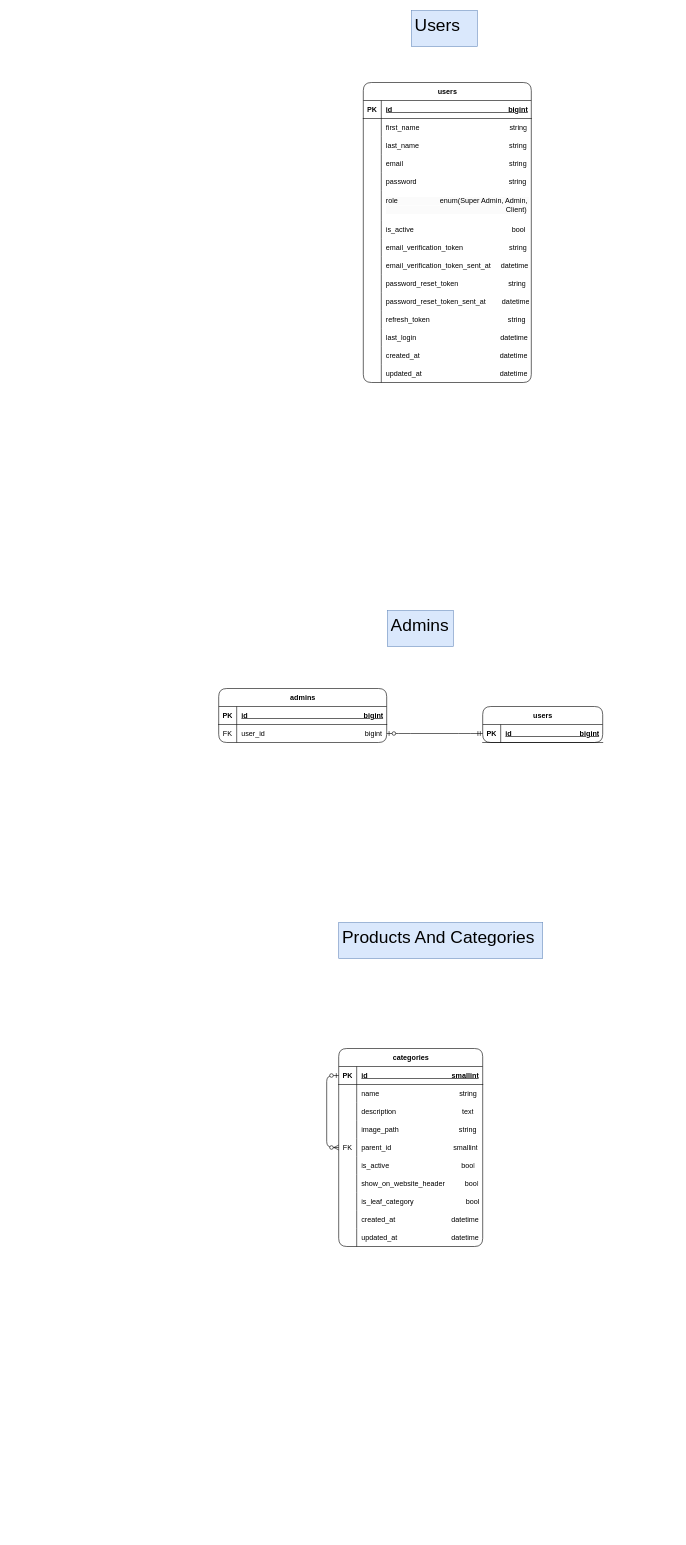
The draw.io diagram database/PassiCode.drawio in AyoubKHE/passicode_backend, before the edit. Source tidied: cells renumbered, new cells numbered last; positions are measured from the earlier drawing's top-left corner, leaving out a move shared by most shapes. Both pictures are drawn from the tidied source at 60%, with x=0, y=0 at pixel (218, 10).
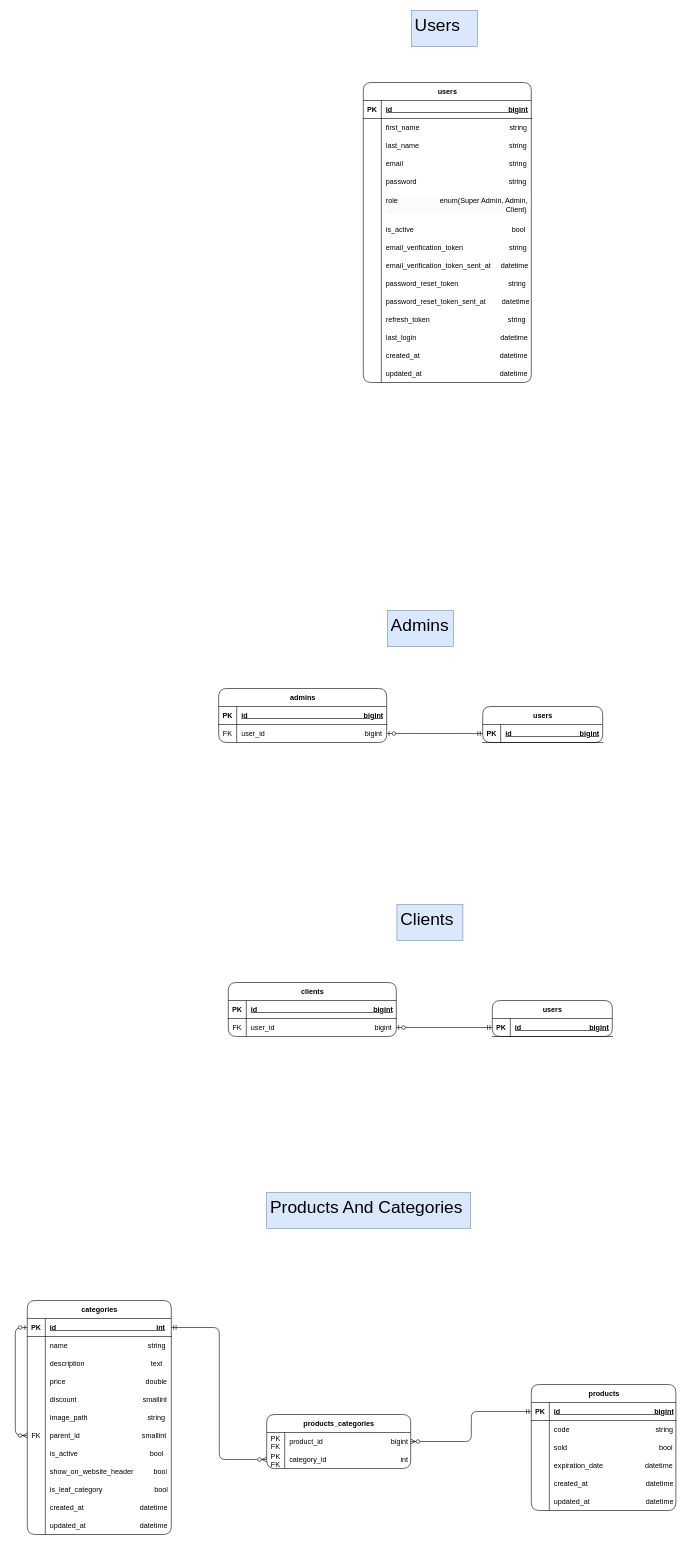
The same diagram, later.

Commit message (it also covers changes not shown here):
feat(migrations): update categories and products tables

The change refers to these unchanged cells:
```xml
<mxCell id="63" style="shape=tableRow;horizontal=0;startSize=0;swimlaneHead=0;swimlaneBody=0;fillColor=none;points=[[0,0.5],[1,0.5]];portConstraint=eastwest;top=0;left=0;right=0;bottom=1;rounded=1;" parent="62" vertex="1">
  <mxGeometry y="30" width="240" height="30" as="geometry" />
</mxCell>
```

Change to the diagram source:
```diff
@@
     <mxCell id="62" value="c&lt;span style=&quot;background-color: transparent; color: light-dark(rgb(0, 0, 0), rgb(255, 255, 255));&quot;&gt;ategories&lt;/span&gt;" style="shape=table;startSize=30;childLayout=tableLayout;rowLines=0;fontStyle=1;align=center;html=1;rounded=1;" parent="1" vertex="1">
-      <mxGeometry x="200" y="1730" width="240" height="330" as="geometry" />
+      <mxGeometry x="-319" y="2150" width="240" height="390" as="geometry" />
     </mxCell>
@@
-    <mxCell id="65" value="id&amp;nbsp; &amp;nbsp; &amp;nbsp; &amp;nbsp; &amp;nbsp; &amp;nbsp; &amp;nbsp; &amp;nbsp; &amp;nbsp; &amp;nbsp; &amp;nbsp; &amp;nbsp; &amp;nbsp; &amp;nbsp; &amp;nbsp; &amp;nbsp; &amp;nbsp; &amp;nbsp; &amp;nbsp; &amp;nbsp; &amp;nbsp; smallint" style="shape=partialRectangle;fillColor=none;top=0;left=0;bottom=0;right=0;align=left;spacingLeft=6;fontStyle=5;overflow=hidden;whiteSpace=wrap;html=1;rounded=1;" parent="63" vertex="1">
+    <mxCell id="65" value="id&amp;nbsp; &amp;nbsp; &amp;nbsp; &amp;nbsp; &amp;nbsp; &amp;nbsp; &amp;nbsp; &amp;nbsp; &amp;nbsp; &amp;nbsp; &amp;nbsp; &amp;nbsp; &amp;nbsp; &amp;nbsp; &amp;nbsp; &amp;nbsp; &amp;nbsp; &amp;nbsp; &amp;nbsp; &amp;nbsp; &amp;nbsp; &amp;nbsp; &amp;nbsp; &amp;nbsp; &amp;nbsp; int" style="shape=partialRectangle;fillColor=none;top=0;left=0;bottom=0;right=0;align=left;spacingLeft=6;fontStyle=5;overflow=hidden;whiteSpace=wrap;html=1;rounded=1;" parent="63" vertex="1">
       <mxGeometry x="30" width="210" height="30" as="geometry" />
     </mxCell>
@@
+    <mxCell id="95" style="shape=tableRow;horizontal=0;startSize=0;swimlaneHead=0;swimlaneBody=0;fillColor=none;top=0;left=0;right=0;bottom=0;rounded=1;" parent="62" vertex="1">
+      <mxGeometry y="120" width="240" height="30" as="geometry" />
+    </mxCell>
+    <mxCell id="96" style="shape=partialRectangle;fillColor=none;top=0;left=0;bottom=0;right=0;overflow=hidden;whiteSpace=wrap;html=1;rounded=1;" parent="95" vertex="1">
+      <mxGeometry width="30" height="30" as="geometry" />
+    </mxCell>
+    <mxCell id="97" value="price&amp;nbsp; &amp;nbsp; &amp;nbsp; &amp;nbsp; &amp;nbsp; &amp;nbsp; &amp;nbsp; &amp;nbsp; &amp;nbsp; &amp;nbsp; &amp;nbsp; &amp;nbsp; &amp;nbsp; &amp;nbsp; &amp;nbsp; &amp;nbsp; &amp;nbsp; &amp;nbsp; &amp;nbsp; &amp;nbsp; double" style="shape=partialRectangle;fillColor=none;top=0;left=0;bottom=0;right=0;align=left;spacingLeft=6;overflow=hidden;whiteSpace=wrap;html=1;rounded=1;" parent="95" vertex="1">
+      <mxGeometry x="30" width="210" height="30" as="geometry" />
+    </mxCell>
+    <mxCell id="98" style="shape=tableRow;horizontal=0;startSize=0;swimlaneHead=0;swimlaneBody=0;fillColor=none;top=0;left=0;right=0;bottom=0;rounded=1;" parent="62" vertex="1">
+      <mxGeometry y="150" width="240" height="30" as="geometry" />
+    </mxCell>
+    <mxCell id="99" style="shape=partialRectangle;fillColor=none;top=0;left=0;bottom=0;right=0;overflow=hidden;whiteSpace=wrap;html=1;rounded=1;" parent="98" vertex="1">
+      <mxGeometry width="30" height="30" as="geometry" />
+    </mxCell>
+    <mxCell id="100" value="discount&amp;nbsp; &amp;nbsp; &amp;nbsp; &amp;nbsp; &amp;nbsp; &amp;nbsp; &amp;nbsp; &amp;nbsp; &amp;nbsp; &amp;nbsp; &amp;nbsp; &amp;nbsp; &amp;nbsp; &amp;nbsp; &amp;nbsp; &amp;nbsp; &amp;nbsp;smallint" style="shape=partialRectangle;fillColor=none;top=0;left=0;bottom=0;right=0;align=left;spacingLeft=6;overflow=hidden;whiteSpace=wrap;html=1;rounded=1;" parent="98" vertex="1">
+      <mxGeometry x="30" width="210" height="30" as="geometry" />
+    </mxCell>
     <mxCell id="72" style="shape=tableRow;horizontal=0;startSize=0;swimlaneHead=0;swimlaneBody=0;fillColor=none;top=0;left=0;right=0;bottom=0;rounded=1;" parent="62" vertex="1">
-      <mxGeometry y="120" width="240" height="30" as="geometry" />
+      <mxGeometry y="180" width="240" height="30" as="geometry" />
     </mxCell>
@@
     <mxCell id="75" style="shape=tableRow;horizontal=0;startSize=0;swimlaneHead=0;swimlaneBody=0;fillColor=none;points=[[0,0.5],[1,0.5]];portConstraint=eastwest;top=0;left=0;right=0;bottom=0;rounded=1;" parent="62" vertex="1">
-      <mxGeometry y="150" width="240" height="30" as="geometry" />
+      <mxGeometry y="210" width="240" height="30" as="geometry" />
     </mxCell>
@@
     <mxCell id="78" style="shape=tableRow;horizontal=0;startSize=0;swimlaneHead=0;swimlaneBody=0;fillColor=none;top=0;left=0;right=0;bottom=0;rounded=1;" parent="62" vertex="1">
-      <mxGeometry y="180" width="240" height="30" as="geometry" />
+      <mxGeometry y="240" width="240" height="30" as="geometry" />
     </mxCell>
@@
     <mxCell id="81" style="shape=tableRow;horizontal=0;startSize=0;swimlaneHead=0;swimlaneBody=0;fillColor=none;top=0;left=0;right=0;bottom=0;rounded=1;" parent="62" vertex="1">
-      <mxGeometry y="210" width="240" height="30" as="geometry" />
+      <mxGeometry y="270" width="240" height="30" as="geometry" />
     </mxCell>
@@
     <mxCell id="84" style="shape=tableRow;horizontal=0;startSize=0;swimlaneHead=0;swimlaneBody=0;fillColor=none;top=0;left=0;right=0;bottom=0;rounded=1;" parent="62" vertex="1">
-      <mxGeometry y="240" width="240" height="30" as="geometry" />
+      <mxGeometry y="300" width="240" height="30" as="geometry" />
     </mxCell>
@@
     <mxCell id="87" style="shape=tableRow;horizontal=0;startSize=0;swimlaneHead=0;swimlaneBody=0;fillColor=none;top=0;left=0;right=0;bottom=0;rounded=1;" parent="62" vertex="1">
-      <mxGeometry y="270" width="240" height="30" as="geometry" />
+      <mxGeometry y="330" width="240" height="30" as="geometry" />
     </mxCell>
@@
     <mxCell id="90" style="shape=tableRow;horizontal=0;startSize=0;swimlaneHead=0;swimlaneBody=0;fillColor=none;top=0;left=0;right=0;bottom=0;rounded=1;" parent="62" vertex="1">
-      <mxGeometry y="300" width="240" height="30" as="geometry" />
+      <mxGeometry y="360" width="240" height="30" as="geometry" />
     </mxCell>
@@
     <mxCell id="94" value="Products And Categories" style="text;spacingLeft=4;spacingRight=4;overflow=hidden;fontSize=29;whiteSpace=wrap;html=1;fillColor=#dae8fc;strokeColor=#6c8ebf;" parent="1" vertex="1">
-      <mxGeometry x="200" y="1520" width="340" height="60" as="geometry" />
+      <mxGeometry x="80" y="1970" width="340" height="60" as="geometry" />
     </mxCell>
+    <mxCell id="101" value="products_categories" style="shape=table;startSize=30;childLayout=tableLayout;rowLines=0;fontStyle=1;align=center;html=1;rounded=1;" parent="1" vertex="1">
+      <mxGeometry x="80" y="2340" width="240" height="90" as="geometry" />
+    </mxCell>
+    <mxCell id="102" style="shape=tableRow;horizontal=0;startSize=0;swimlaneHead=0;swimlaneBody=0;fillColor=none;points=[[0,0.5],[1,0.5]];portConstraint=eastwest;top=0;left=0;right=0;bottom=0;rounded=1;" parent="101" vertex="1">
+      <mxGeometry y="30" width="240" height="30" as="geometry" />
+    </mxCell>
+    <mxCell id="103" value="PK FK" style="shape=partialRectangle;fillColor=none;top=0;left=0;bottom=0;right=0;overflow=hidden;whiteSpace=wrap;html=1;rounded=1;" parent="102" vertex="1">
+      <mxGeometry width="30" height="30" as="geometry" />
+    </mxCell>
+    <mxCell id="104" value="product_id&amp;nbsp; &amp;nbsp; &amp;nbsp; &amp;nbsp; &amp;nbsp; &amp;nbsp; &amp;nbsp; &amp;nbsp; &amp;nbsp; &amp;nbsp; &amp;nbsp; &amp;nbsp; &amp;nbsp; &amp;nbsp; &amp;nbsp; &amp;nbsp; &amp;nbsp; bigint" style="shape=partialRectangle;fillColor=none;top=0;left=0;bottom=0;right=0;align=left;spacingLeft=6;overflow=hidden;whiteSpace=wrap;html=1;rounded=1;" parent="102" vertex="1">
+      <mxGeometry x="30" width="210" height="30" as="geometry" />
+    </mxCell>
+    <mxCell id="105" style="shape=tableRow;horizontal=0;startSize=0;swimlaneHead=0;swimlaneBody=0;fillColor=none;points=[[0,0.5],[1,0.5]];portConstraint=eastwest;top=0;left=0;right=0;bottom=0;rounded=1;" parent="101" vertex="1">
+      <mxGeometry y="60" width="240" height="30" as="geometry" />
+    </mxCell>
+    <mxCell id="106" value="PK FK" style="shape=partialRectangle;fillColor=none;top=0;left=0;bottom=0;right=0;overflow=hidden;whiteSpace=wrap;html=1;rounded=1;" parent="105" vertex="1">
+      <mxGeometry width="30" height="30" as="geometry" />
+    </mxCell>
+    <mxCell id="107" value="category_id&amp;nbsp; &amp;nbsp; &amp;nbsp; &amp;nbsp; &amp;nbsp; &amp;nbsp; &amp;nbsp; &amp;nbsp; &amp;nbsp; &amp;nbsp; &amp;nbsp; &amp;nbsp; &amp;nbsp; &amp;nbsp; &amp;nbsp; &amp;nbsp; &amp;nbsp; &amp;nbsp; &amp;nbsp;int" style="shape=partialRectangle;fillColor=none;top=0;left=0;bottom=0;right=0;align=left;spacingLeft=6;overflow=hidden;whiteSpace=wrap;html=1;rounded=1;" parent="105" vertex="1">
+      <mxGeometry x="30" width="210" height="30" as="geometry" />
+    </mxCell>
+    <mxCell id="108" style="edgeStyle=elbowEdgeStyle;fontSize=12;html=1;endArrow=ERzeroToMany;startArrow=ERmandOne;rounded=1;entryX=0;entryY=0.5;entryDx=0;entryDy=0;endFill=0;exitX=1;exitY=0.5;exitDx=0;exitDy=0;" parent="1" edge="1" source="63" target="105">
+      <mxGeometry relative="1" as="geometry" />
+    </mxCell>
+    <mxCell id="109" value="products" style="shape=table;startSize=30;childLayout=tableLayout;rowLines=0;fontStyle=1;align=center;html=1;rounded=1;" parent="1" vertex="1">
+      <mxGeometry x="521" y="2290" width="241" height="210" as="geometry" />
+    </mxCell>
+    <mxCell id="110" style="shape=tableRow;horizontal=0;startSize=0;swimlaneHead=0;swimlaneBody=0;fillColor=none;points=[[0,0.5],[1,0.5]];portConstraint=eastwest;top=0;left=0;right=0;bottom=1;rounded=1;" parent="109" vertex="1">
+      <mxGeometry y="30" width="241" height="30" as="geometry" />
+    </mxCell>
+    <mxCell id="111" value="PK" style="shape=partialRectangle;fillColor=none;top=0;left=0;bottom=0;right=0;fontStyle=1;overflow=hidden;whiteSpace=wrap;html=1;rounded=1;" parent="110" vertex="1">
+      <mxGeometry width="30" height="30" as="geometry" />
+    </mxCell>
+    <mxCell id="112" value="id&amp;nbsp; &amp;nbsp; &amp;nbsp; &amp;nbsp; &amp;nbsp; &amp;nbsp; &amp;nbsp; &amp;nbsp; &amp;nbsp; &amp;nbsp; &amp;nbsp; &amp;nbsp; &amp;nbsp; &amp;nbsp; &amp;nbsp; &amp;nbsp; &amp;nbsp; &amp;nbsp; &amp;nbsp; &amp;nbsp; &amp;nbsp; &amp;nbsp; &amp;nbsp; &amp;nbsp;bigint" style="shape=partialRectangle;fillColor=none;top=0;left=0;bottom=0;right=0;align=left;spacingLeft=6;fontStyle=5;overflow=hidden;whiteSpace=wrap;html=1;rounded=1;" parent="110" vertex="1">
+      <mxGeometry x="30" width="211" height="30" as="geometry" />
+    </mxCell>
+    <mxCell id="113" style="shape=tableRow;horizontal=0;startSize=0;swimlaneHead=0;swimlaneBody=0;fillColor=none;top=0;left=0;right=0;bottom=0;rounded=1;" parent="109" vertex="1">
+      <mxGeometry y="60" width="241" height="30" as="geometry" />
+    </mxCell>
+    <mxCell id="114" style="shape=partialRectangle;fillColor=none;top=0;left=0;bottom=0;right=0;overflow=hidden;whiteSpace=wrap;html=1;rounded=1;" parent="113" vertex="1">
+      <mxGeometry width="30" height="30" as="geometry" />
+    </mxCell>
+    <mxCell id="115" value="code&amp;nbsp; &amp;nbsp; &amp;nbsp; &amp;nbsp; &amp;nbsp; &amp;nbsp; &amp;nbsp; &amp;nbsp; &amp;nbsp; &amp;nbsp; &amp;nbsp; &amp;nbsp; &amp;nbsp; &amp;nbsp; &amp;nbsp; &amp;nbsp; &amp;nbsp; &amp;nbsp; &amp;nbsp; &amp;nbsp; &amp;nbsp; &amp;nbsp;string" style="shape=partialRectangle;fillColor=none;top=0;left=0;bottom=0;right=0;align=left;spacingLeft=6;overflow=hidden;whiteSpace=wrap;html=1;rounded=1;" parent="113" vertex="1">
+      <mxGeometry x="30" width="211" height="30" as="geometry" />
+    </mxCell>
+    <mxCell id="116" style="shape=tableRow;horizontal=0;startSize=0;swimlaneHead=0;swimlaneBody=0;fillColor=none;top=0;left=0;right=0;bottom=0;rounded=1;" parent="109" vertex="1">
+      <mxGeometry y="90" width="241" height="30" as="geometry" />
+    </mxCell>
+    <mxCell id="117" style="shape=partialRectangle;fillColor=none;top=0;left=0;bottom=0;right=0;overflow=hidden;whiteSpace=wrap;html=1;rounded=1;" parent="116" vertex="1">
+      <mxGeometry width="30" height="30" as="geometry" />
+    </mxCell>
+    <mxCell id="118" value="sold&amp;nbsp; &amp;nbsp; &amp;nbsp; &amp;nbsp; &amp;nbsp; &amp;nbsp; &amp;nbsp; &amp;nbsp; &amp;nbsp; &amp;nbsp; &amp;nbsp; &amp;nbsp; &amp;nbsp; &amp;nbsp; &amp;nbsp; &amp;nbsp; &amp;nbsp; &amp;nbsp; &amp;nbsp; &amp;nbsp; &amp;nbsp; &amp;nbsp; &amp;nbsp; bool" style="shape=partialRectangle;fillColor=none;top=0;left=0;bottom=0;right=0;align=left;spacingLeft=6;overflow=hidden;whiteSpace=wrap;html=1;rounded=1;" parent="116" vertex="1">
+      <mxGeometry x="30" width="211" height="30" as="geometry" />
+    </mxCell>
+    <mxCell id="119" style="shape=tableRow;horizontal=0;startSize=0;swimlaneHead=0;swimlaneBody=0;fillColor=none;top=0;left=0;right=0;bottom=0;rounded=1;" parent="109" vertex="1">
+      <mxGeometry y="120" width="241" height="30" as="geometry" />
+    </mxCell>
+    <mxCell id="120" style="shape=partialRectangle;fillColor=none;top=0;left=0;bottom=0;right=0;overflow=hidden;whiteSpace=wrap;html=1;rounded=1;" parent="119" vertex="1">
+      <mxGeometry width="30" height="30" as="geometry" />
+    </mxCell>
+    <mxCell id="121" value="expiration_date&amp;nbsp; &amp;nbsp; &amp;nbsp; &amp;nbsp; &amp;nbsp; &amp;nbsp; &amp;nbsp; &amp;nbsp; &amp;nbsp; &amp;nbsp; &amp;nbsp;datetime" style="shape=partialRectangle;fillColor=none;top=0;left=0;bottom=0;right=0;align=left;spacingLeft=6;overflow=hidden;whiteSpace=wrap;html=1;rounded=1;" parent="119" vertex="1">
+      <mxGeometry x="30" width="211" height="30" as="geometry" />
+    </mxCell>
+    <mxCell id="122" style="shape=tableRow;horizontal=0;startSize=0;swimlaneHead=0;swimlaneBody=0;fillColor=none;top=0;left=0;right=0;bottom=0;rounded=1;" parent="109" vertex="1">
+      <mxGeometry y="150" width="241" height="30" as="geometry" />
+    </mxCell>
+    <mxCell id="123" style="shape=partialRectangle;fillColor=none;top=0;left=0;bottom=0;right=0;overflow=hidden;whiteSpace=wrap;html=1;rounded=1;" parent="122" vertex="1">
+      <mxGeometry width="30" height="30" as="geometry" />
+    </mxCell>
+    <mxCell id="124" value="created_at&amp;nbsp; &amp;nbsp; &amp;nbsp; &amp;nbsp; &amp;nbsp; &amp;nbsp; &amp;nbsp; &amp;nbsp; &amp;nbsp; &amp;nbsp; &amp;nbsp; &amp;nbsp; &amp;nbsp; &amp;nbsp; &amp;nbsp;datetime" style="shape=partialRectangle;fillColor=none;top=0;left=0;bottom=0;right=0;align=left;spacingLeft=6;overflow=hidden;whiteSpace=wrap;html=1;rounded=1;" parent="122" vertex="1">
+      <mxGeometry x="30" width="211" height="30" as="geometry" />
+    </mxCell>
+    <mxCell id="125" style="shape=tableRow;horizontal=0;startSize=0;swimlaneHead=0;swimlaneBody=0;fillColor=none;top=0;left=0;right=0;bottom=0;rounded=1;" parent="109" vertex="1">
+      <mxGeometry y="180" width="241" height="30" as="geometry" />
+    </mxCell>
+    <mxCell id="126" style="shape=partialRectangle;fillColor=none;top=0;left=0;bottom=0;right=0;overflow=hidden;whiteSpace=wrap;html=1;rounded=1;" parent="125" vertex="1">
+      <mxGeometry width="30" height="30" as="geometry" />
+    </mxCell>
+    <mxCell id="127" value="updated_at&amp;nbsp; &amp;nbsp; &amp;nbsp; &amp;nbsp; &amp;nbsp; &amp;nbsp; &amp;nbsp; &amp;nbsp; &amp;nbsp; &amp;nbsp; &amp;nbsp; &amp;nbsp; &amp;nbsp; &amp;nbsp; datetime" style="shape=partialRectangle;fillColor=none;top=0;left=0;bottom=0;right=0;align=left;spacingLeft=6;overflow=hidden;whiteSpace=wrap;html=1;rounded=1;" parent="125" vertex="1">
+      <mxGeometry x="30" width="211" height="30" as="geometry" />
+    </mxCell>
+    <mxCell id="128" style="edgeStyle=elbowEdgeStyle;fontSize=12;html=1;endArrow=ERzeroToMany;startArrow=ERmandOne;rounded=1;entryX=1;entryY=0.5;entryDx=0;entryDy=0;endFill=0;exitX=0;exitY=0.5;exitDx=0;exitDy=0;" parent="1" edge="1" source="110" target="102">
+      <mxGeometry relative="1" as="geometry" />
+    </mxCell>
+    <mxCell id="129" value="clients" style="shape=table;startSize=30;childLayout=tableLayout;rowLines=0;fontStyle=1;align=center;html=1;rounded=1;" parent="1" vertex="1">
+      <mxGeometry x="16" y="1620" width="280" height="90" as="geometry" />
+    </mxCell>
+    <mxCell id="130" style="shape=tableRow;horizontal=0;startSize=0;swimlaneHead=0;swimlaneBody=0;fillColor=none;top=0;left=0;right=0;bottom=1;rounded=1;" parent="129" vertex="1">
+      <mxGeometry y="30" width="280" height="30" as="geometry" />
+    </mxCell>
+    <mxCell id="131" value="PK" style="shape=partialRectangle;fillColor=none;top=0;left=0;bottom=0;right=0;fontStyle=1;overflow=hidden;whiteSpace=wrap;html=1;rounded=1;" parent="130" vertex="1">
+      <mxGeometry width="30" height="30" as="geometry" />
+    </mxCell>
+    <mxCell id="132" value="id&amp;nbsp; &amp;nbsp; &amp;nbsp; &amp;nbsp; &amp;nbsp; &amp;nbsp; &amp;nbsp; &amp;nbsp; &amp;nbsp; &amp;nbsp; &amp;nbsp; &amp;nbsp; &amp;nbsp; &amp;nbsp; &amp;nbsp; &amp;nbsp; &amp;nbsp; &amp;nbsp; &amp;nbsp; &amp;nbsp; &amp;nbsp; &amp;nbsp; &amp;nbsp; &amp;nbsp; &amp;nbsp; &amp;nbsp; &amp;nbsp; &amp;nbsp; &amp;nbsp; bigint" style="shape=partialRectangle;fillColor=none;top=0;left=0;bottom=0;right=0;align=left;spacingLeft=6;fontStyle=5;overflow=hidden;whiteSpace=wrap;html=1;rounded=1;" parent="130" vertex="1">
+      <mxGeometry x="30" width="250" height="30" as="geometry" />
+    </mxCell>
+    <mxCell id="133" style="shape=tableRow;horizontal=0;startSize=0;swimlaneHead=0;swimlaneBody=0;fillColor=none;points=[[0,0.5],[1,0.5]];portConstraint=eastwest;top=0;left=0;right=0;bottom=0;rounded=1;" parent="129" vertex="1">
+      <mxGeometry y="60" width="280" height="30" as="geometry" />
+    </mxCell>
+    <mxCell id="134" value="FK" style="shape=partialRectangle;fillColor=none;top=0;left=0;bottom=0;right=0;overflow=hidden;whiteSpace=wrap;html=1;rounded=1;" parent="133" vertex="1">
+      <mxGeometry width="30" height="30" as="geometry" />
+    </mxCell>
+    <mxCell id="135" value="user_id&amp;nbsp; &amp;nbsp; &amp;nbsp; &amp;nbsp; &amp;nbsp; &amp;nbsp; &amp;nbsp; &amp;nbsp; &amp;nbsp; &amp;nbsp; &amp;nbsp; &amp;nbsp; &amp;nbsp; &amp;nbsp; &amp;nbsp; &amp;nbsp; &amp;nbsp; &amp;nbsp; &amp;nbsp; &amp;nbsp; &amp;nbsp; &amp;nbsp; &amp;nbsp; &amp;nbsp; &amp;nbsp; bigint" style="shape=partialRectangle;fillColor=none;top=0;left=0;bottom=0;right=0;align=left;spacingLeft=6;overflow=hidden;whiteSpace=wrap;html=1;rounded=1;" parent="133" vertex="1">
+      <mxGeometry x="30" width="250" height="30" as="geometry" />
+    </mxCell>
+    <mxCell id="136" value="users" style="shape=table;startSize=30;childLayout=tableLayout;rowLines=0;fontStyle=1;align=center;html=1;rounded=1;" parent="1" vertex="1">
+      <mxGeometry x="456" y="1650" width="200" height="60" as="geometry" />
+    </mxCell>
+    <mxCell id="137" style="shape=tableRow;horizontal=0;startSize=0;swimlaneHead=0;swimlaneBody=0;fillColor=none;points=[[0,0.5],[1,0.5]];portConstraint=eastwest;top=0;left=0;right=0;bottom=1;rounded=1;" parent="136" vertex="1">
+      <mxGeometry y="30" width="200" height="30" as="geometry" />
+    </mxCell>
+    <mxCell id="138" value="PK" style="shape=partialRectangle;fillColor=none;top=0;left=0;bottom=0;right=0;fontStyle=1;overflow=hidden;whiteSpace=wrap;html=1;rounded=1;" parent="137" vertex="1">
+      <mxGeometry width="30" height="30" as="geometry" />
+    </mxCell>
+    <mxCell id="139" value="id&amp;nbsp; &amp;nbsp; &amp;nbsp; &amp;nbsp; &amp;nbsp; &amp;nbsp; &amp;nbsp; &amp;nbsp; &amp;nbsp; &amp;nbsp; &amp;nbsp; &amp;nbsp; &amp;nbsp; &amp;nbsp; &amp;nbsp; &amp;nbsp; &amp;nbsp; bigint" style="shape=partialRectangle;fillColor=none;top=0;left=0;bottom=0;right=0;align=left;spacingLeft=6;fontStyle=5;overflow=hidden;whiteSpace=wrap;html=1;rounded=1;" parent="137" vertex="1">
+      <mxGeometry x="30" width="170" height="30" as="geometry" />
+    </mxCell>
+    <mxCell id="140" style="edgeStyle=entityRelationEdgeStyle;fontSize=12;html=1;endArrow=ERzeroToOne;startArrow=ERmandOne;rounded=1;exitX=0;exitY=0.5;exitDx=0;exitDy=0;entryX=1;entryY=0.5;entryDx=0;entryDy=0;" parent="1" edge="1" source="137" target="133">
+      <mxGeometry relative="1" as="geometry" />
+    </mxCell>
+    <mxCell id="141" value="Clients" style="text;spacingLeft=4;spacingRight=4;overflow=hidden;fontSize=29;whiteSpace=wrap;html=1;fillColor=#dae8fc;strokeColor=#6c8ebf;" parent="1" vertex="1">
+      <mxGeometry x="297" y="1490" width="110" height="60" as="geometry" />
+    </mxCell>
```
